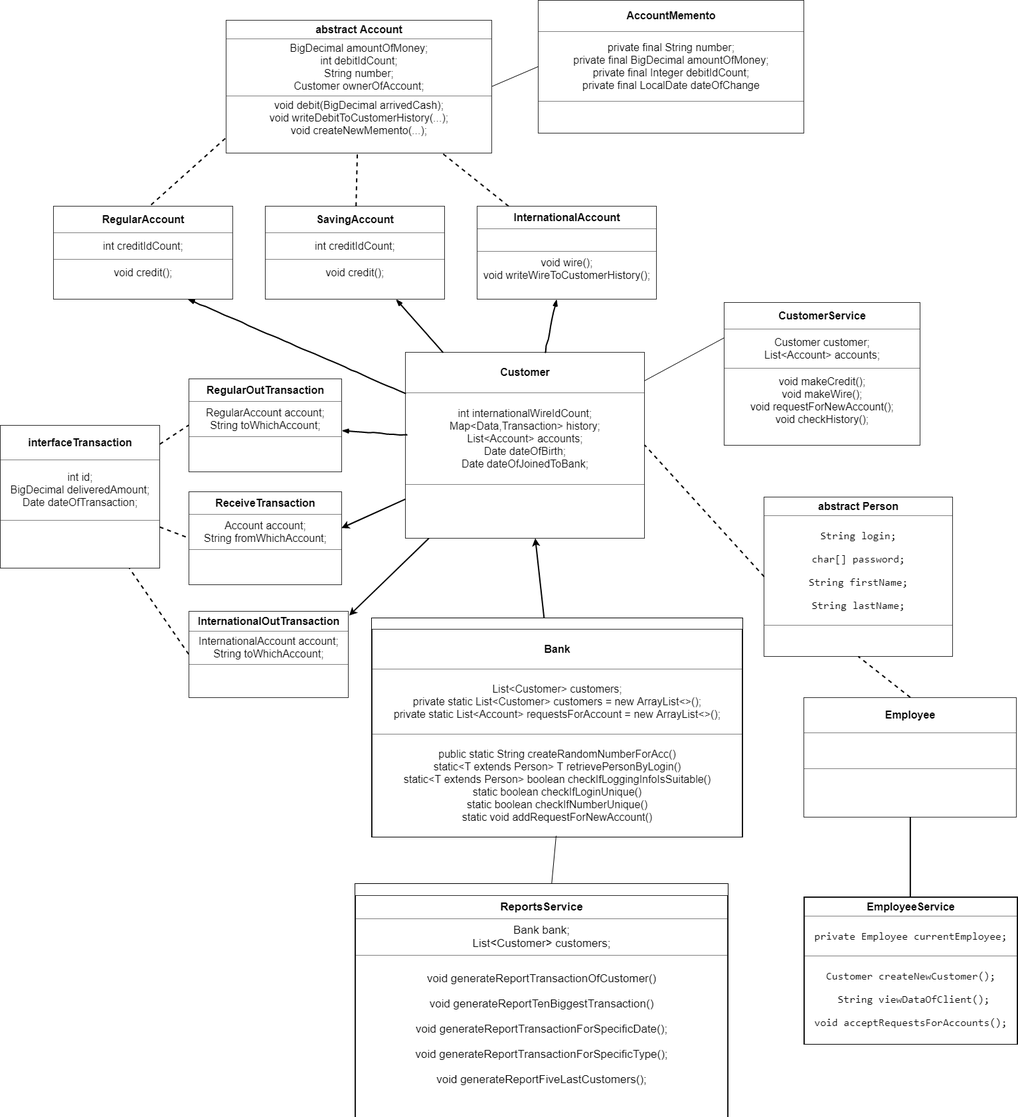
Before: BankOneDiagram.png, a diagram exported from draw.io (andreychorny/AdvancedJavaProject). Source tidied: cells renumbered, new cells last; positions are measured from the earlier drawing's top-left corner, leaving out a move shared by most shapes.
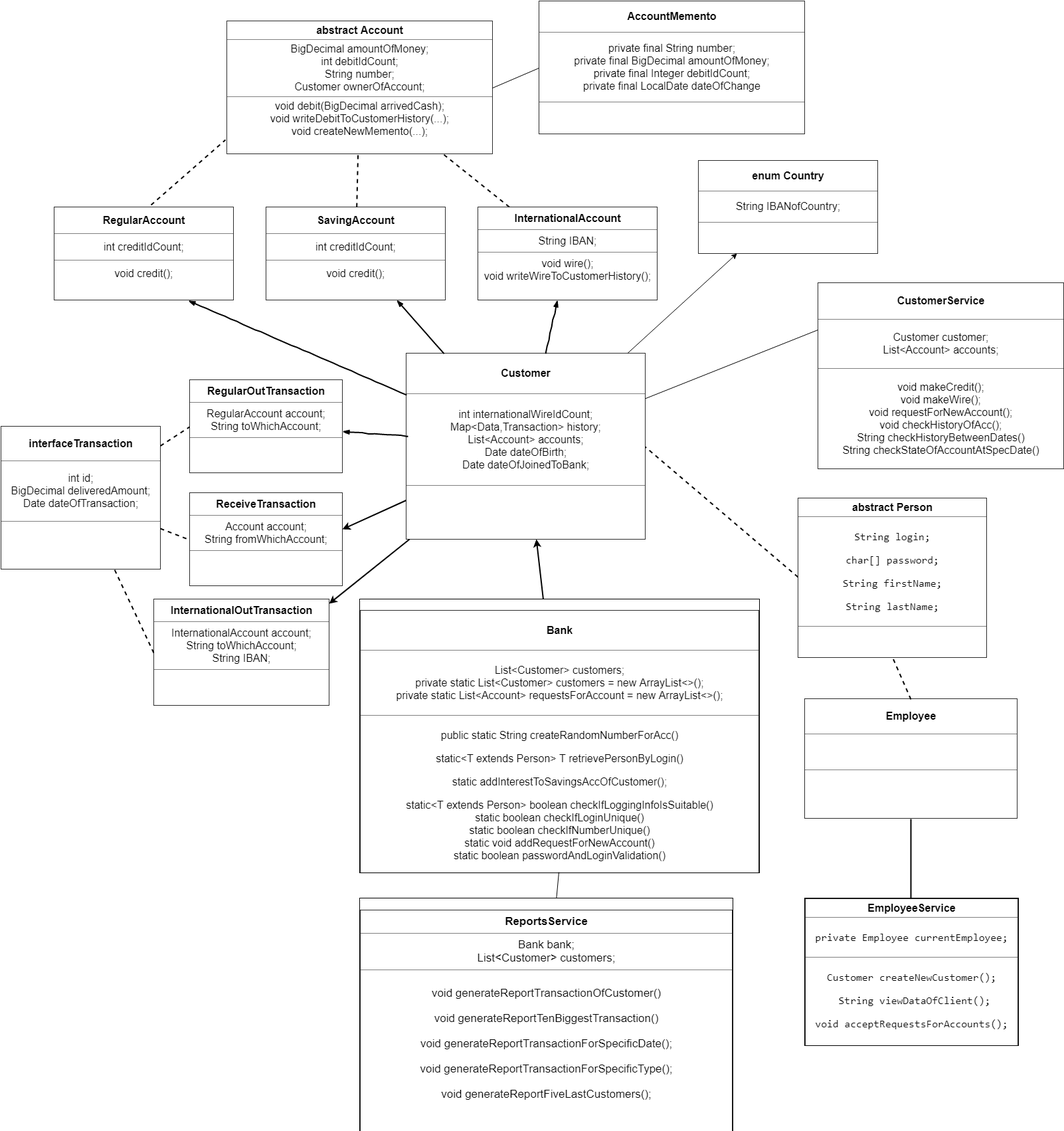
The same file after the commit.

What changed in the source:
```diff
@@ -11,7 +11,7 @@
     <mxCell id="4" value="&lt;table border=&quot;1&quot; width=&quot;100%&quot; cellpadding=&quot;4&quot; style=&quot;width: 100% ; height: 100% ; border-collapse: collapse ; font-size: 16px&quot;&gt;&lt;tbody style=&quot;font-size: 16px&quot;&gt;&lt;tr style=&quot;font-size: 16px&quot;&gt;&lt;th align=&quot;center&quot; style=&quot;font-size: 16px&quot;&gt;&lt;b style=&quot;font-size: 16px&quot;&gt;SavingAccount&lt;/b&gt;&lt;/th&gt;&lt;/tr&gt;&lt;tr style=&quot;font-size: 16px&quot;&gt;&lt;td align=&quot;center&quot; style=&quot;font-size: 16px&quot;&gt;int creditIdCount;&lt;/td&gt;&lt;/tr&gt;&lt;tr style=&quot;font-size: 16px&quot;&gt;&lt;td align=&quot;center&quot; style=&quot;font-size: 16px&quot;&gt;void credit();&lt;br style=&quot;font-size: 16px&quot;&gt;&lt;br style=&quot;font-size: 16px&quot;&gt;&lt;/td&gt;&lt;/tr&gt;&lt;/tbody&gt;&lt;/table&gt;" style="text;html=1;strokeColor=none;fillColor=none;overflow=fill;strokeWidth=2;fontSize=16;" parent="1" vertex="1">
       <mxGeometry x="399" y="310" width="270" height="140" as="geometry" />
     </mxCell>
-    <mxCell id="5" value="&lt;table border=&quot;1&quot; width=&quot;100%&quot; cellpadding=&quot;4&quot; style=&quot;width: 100% ; height: 100% ; border-collapse: collapse ; font-size: 16px&quot;&gt;&lt;tbody style=&quot;font-size: 16px&quot;&gt;&lt;tr style=&quot;font-size: 16px&quot;&gt;&lt;th align=&quot;center&quot; style=&quot;font-size: 16px&quot;&gt;InternationalAccount&lt;/th&gt;&lt;/tr&gt;&lt;tr style=&quot;font-size: 16px&quot;&gt;&lt;td align=&quot;center&quot; style=&quot;font-size: 16px&quot;&gt;&lt;br&gt;&lt;/td&gt;&lt;/tr&gt;&lt;tr style=&quot;font-size: 16px&quot;&gt;&lt;td align=&quot;center&quot; style=&quot;font-size: 16px&quot;&gt;void wire();&lt;br&gt;void writeWireToCustomerHistory();&lt;br style=&quot;font-size: 16px&quot;&gt;&lt;br style=&quot;font-size: 16px&quot;&gt;&lt;/td&gt;&lt;/tr&gt;&lt;/tbody&gt;&lt;/table&gt;" style="text;html=1;strokeColor=none;fillColor=none;overflow=fill;strokeWidth=2;fontSize=16;" parent="1" vertex="1">
+    <mxCell id="5" value="&lt;table border=&quot;1&quot; width=&quot;100%&quot; cellpadding=&quot;4&quot; style=&quot;width: 100% ; height: 100% ; border-collapse: collapse ; font-size: 16px&quot;&gt;&lt;tbody style=&quot;font-size: 16px&quot;&gt;&lt;tr style=&quot;font-size: 16px&quot;&gt;&lt;th align=&quot;center&quot; style=&quot;font-size: 16px&quot;&gt;InternationalAccount&lt;/th&gt;&lt;/tr&gt;&lt;tr style=&quot;font-size: 16px&quot;&gt;&lt;td align=&quot;center&quot; style=&quot;font-size: 16px&quot;&gt;String IBAN;&lt;/td&gt;&lt;/tr&gt;&lt;tr style=&quot;font-size: 16px&quot;&gt;&lt;td align=&quot;center&quot; style=&quot;font-size: 16px&quot;&gt;void wire();&lt;br&gt;void writeWireToCustomerHistory();&lt;br style=&quot;font-size: 16px&quot;&gt;&lt;br style=&quot;font-size: 16px&quot;&gt;&lt;/td&gt;&lt;/tr&gt;&lt;/tbody&gt;&lt;/table&gt;" style="text;html=1;strokeColor=none;fillColor=none;overflow=fill;strokeWidth=2;fontSize=16;" parent="1" vertex="1">
       <mxGeometry x="718" y="310" width="270" height="140" as="geometry" />
     </mxCell>
     <mxCell id="6" value="&lt;table border=&quot;1&quot; width=&quot;100%&quot; cellpadding=&quot;4&quot; style=&quot;width: 100% ; height: 100% ; border-collapse: collapse ; font-size: 16px&quot;&gt;&lt;tbody style=&quot;font-size: 16px&quot;&gt;&lt;tr style=&quot;font-size: 16px&quot;&gt;&lt;th align=&quot;center&quot;&gt;interfaceTransaction&lt;/th&gt;&lt;/tr&gt;&lt;tr style=&quot;font-size: 16px&quot;&gt;&lt;td align=&quot;center&quot; style=&quot;font-size: 16px&quot;&gt;int id;&lt;br&gt;BigDecimal deliveredAmount;&lt;br&gt;Date dateOfTransaction;&lt;br&gt;&lt;/td&gt;&lt;/tr&gt;&lt;tr style=&quot;font-size: 16px&quot;&gt;&lt;td align=&quot;center&quot; style=&quot;font-size: 16px&quot;&gt;&lt;br style=&quot;font-size: 16px&quot;&gt;&lt;br style=&quot;font-size: 16px&quot;&gt;&lt;/td&gt;&lt;/tr&gt;&lt;/tbody&gt;&lt;/table&gt;" style="text;html=1;strokeColor=none;fillColor=none;overflow=fill;strokeWidth=2;fontSize=16;" parent="1" vertex="1">
@@ -41,14 +41,14 @@
     <mxCell id="14" style="endArrow=none;dashed=1;html=1;fontSize=16;targetPerimeterSpacing=0;endSize=6;strokeWidth=2;" parent="1" edge="1" source="5" target="3">
       <mxGeometry relative="1" as="geometry" />
     </mxCell>
-    <mxCell id="15" value="&lt;p style=&quot;line-height: 110%&quot;&gt;&lt;/p&gt;&lt;table border=&quot;1&quot; width=&quot;100%&quot; cellpadding=&quot;4&quot; style=&quot;width: 100% ; height: 100% ; border-collapse: collapse ; font-size: 16px&quot;&gt;&lt;tbody style=&quot;font-size: 16px&quot;&gt;&lt;tr style=&quot;font-size: 16px&quot;&gt;&lt;th align=&quot;center&quot;&gt;&lt;p&gt;Bank&lt;/p&gt;&lt;/th&gt;&lt;/tr&gt;&lt;tr style=&quot;font-size: 16px&quot;&gt;&lt;td align=&quot;center&quot; style=&quot;font-size: 16px&quot;&gt;&lt;p&gt;List&amp;lt;Customer&amp;gt; customers;&lt;br&gt;&lt;span&gt;private static &lt;/span&gt;List&amp;lt;Customer&amp;gt; &lt;span&gt;customers &lt;/span&gt;= &lt;span&gt;new &lt;/span&gt;ArrayList&amp;lt;&amp;gt;()&lt;span&gt;;&lt;br&gt;&lt;/span&gt;&lt;span&gt;private static &lt;/span&gt;List&amp;lt;Account&amp;gt; &lt;span&gt;requestsForAccount &lt;/span&gt;= &lt;span&gt;new &lt;/span&gt;ArrayList&amp;lt;&amp;gt;()&lt;span&gt;;&lt;br&gt;&lt;/span&gt;&lt;/p&gt;&lt;/td&gt;&lt;/tr&gt;&lt;tr style=&quot;font-size: 16px&quot;&gt;&lt;td align=&quot;center&quot; style=&quot;font-size: 16px&quot;&gt;&lt;p&gt;&lt;span&gt;public static &lt;/span&gt;String &lt;span&gt;createRandomNumberForAcc()&lt;br&gt;&lt;/span&gt;&lt;span&gt;static&lt;/span&gt;&amp;lt;&lt;span&gt;T &lt;/span&gt;&lt;span&gt;extends &lt;/span&gt;Person&amp;gt; &lt;span&gt;T &lt;/span&gt;&lt;span&gt;retrievePersonByLogin()&lt;br&gt;&lt;/span&gt;&lt;span&gt;static&lt;/span&gt;&amp;lt;&lt;span&gt;T &lt;/span&gt;&lt;span&gt;extends &lt;/span&gt;Person&amp;gt; &lt;span&gt;boolean &lt;/span&gt;&lt;span&gt;checkIfLoggingInfoIsSuitable()&lt;br&gt;&lt;/span&gt;&lt;span&gt;static boolean &lt;/span&gt;&lt;span&gt;checkIfLoginUnique()&lt;br&gt;&lt;/span&gt;&lt;span&gt;static boolean &lt;/span&gt;&lt;span&gt;checkIfNumberUnique()&lt;br&gt;&lt;/span&gt;static void addRequestForNewAccount()&lt;/p&gt;&lt;pre&gt;&lt;pre&gt;&lt;pre&gt;&lt;pre&gt;&lt;pre&gt;&lt;pre&gt;&lt;span&gt;&lt;br&gt;&lt;/span&gt;&lt;/pre&gt;&lt;/pre&gt;&lt;/pre&gt;&lt;/pre&gt;&lt;pre&gt;&lt;span&gt;&lt;br&gt;&lt;/span&gt;&lt;/pre&gt;&lt;/pre&gt;&lt;/pre&gt;&lt;/td&gt;&lt;/tr&gt;&lt;/tbody&gt;&lt;/table&gt;&lt;p&gt;&lt;/p&gt;" style="text;html=1;strokeColor=none;fillColor=none;overflow=fill;strokeWidth=2;fontSize=16;labelBackgroundColor=#ffffff;labelBorderColor=#000000;" parent="1" vertex="1">
-      <mxGeometry x="558.5" y="930" width="557" height="328" as="geometry" />
+    <mxCell id="15" value="&lt;p style=&quot;line-height: 110%&quot;&gt;&lt;/p&gt;&lt;table border=&quot;1&quot; width=&quot;100%&quot; cellpadding=&quot;4&quot; style=&quot;width: 100% ; height: 100% ; border-collapse: collapse ; font-size: 16px&quot;&gt;&lt;tbody style=&quot;font-size: 16px&quot;&gt;&lt;tr style=&quot;font-size: 16px&quot;&gt;&lt;th align=&quot;center&quot;&gt;&lt;p&gt;Bank&lt;/p&gt;&lt;/th&gt;&lt;/tr&gt;&lt;tr style=&quot;font-size: 16px&quot;&gt;&lt;td align=&quot;center&quot; style=&quot;font-size: 16px&quot;&gt;&lt;p&gt;List&amp;lt;Customer&amp;gt; customers;&lt;br&gt;&lt;span&gt;private static &lt;/span&gt;List&amp;lt;Customer&amp;gt; &lt;span&gt;customers &lt;/span&gt;= &lt;span&gt;new &lt;/span&gt;ArrayList&amp;lt;&amp;gt;()&lt;span&gt;;&lt;br&gt;&lt;/span&gt;&lt;span&gt;private static &lt;/span&gt;List&amp;lt;Account&amp;gt; &lt;span&gt;requestsForAccount &lt;/span&gt;= &lt;span&gt;new &lt;/span&gt;ArrayList&amp;lt;&amp;gt;()&lt;span&gt;;&lt;br&gt;&lt;/span&gt;&lt;/p&gt;&lt;/td&gt;&lt;/tr&gt;&lt;tr style=&quot;font-size: 16px&quot;&gt;&lt;td align=&quot;center&quot; style=&quot;font-size: 16px&quot;&gt;&lt;p&gt;&lt;span&gt;public static &lt;/span&gt;String &lt;span&gt;createRandomNumberForAcc()&lt;br&gt;&lt;/span&gt;&lt;/p&gt;&lt;p&gt;&lt;span&gt;static&lt;/span&gt;&amp;lt;&lt;span&gt;T &lt;/span&gt;&lt;span&gt;extends &lt;/span&gt;Person&amp;gt; &lt;span&gt;T &lt;/span&gt;&lt;span&gt;retrievePersonByLogin()&lt;br&gt;&lt;/span&gt;&lt;/p&gt;&lt;p&gt;&lt;span&gt;static addInterestToSavingsAccOfCustomer();&lt;/span&gt;&lt;/p&gt;&lt;p&gt;&lt;span&gt;static&lt;/span&gt;&amp;lt;&lt;span&gt;T &lt;/span&gt;&lt;span&gt;extends &lt;/span&gt;Person&amp;gt; &lt;span&gt;boolean &lt;/span&gt;&lt;span&gt;checkIfLoggingInfoIsSuitable()&lt;br&gt;&lt;/span&gt;&lt;span&gt;static boolean &lt;/span&gt;&lt;span&gt;checkIfLoginUnique()&lt;br&gt;&lt;/span&gt;&lt;span&gt;static boolean &lt;/span&gt;&lt;span&gt;checkIfNumberUnique()&lt;br&gt;&lt;/span&gt;static void addRequestForNewAccount()&lt;br&gt;&lt;span&gt;static boolean passwordAndLoginValidation()&lt;/span&gt;&lt;/p&gt;&lt;p&gt;&lt;/p&gt;&lt;p&gt;&lt;/p&gt;&lt;p&gt;static boolean nameAndLastNameValidation()&lt;/p&gt;&lt;pre&gt;&lt;pre&gt;&lt;pre&gt;&lt;span&gt;&lt;br&gt;&lt;/span&gt;&lt;/pre&gt;&lt;/pre&gt;&lt;/pre&gt;&lt;/td&gt;&lt;/tr&gt;&lt;/tbody&gt;&lt;/table&gt;&lt;p&gt;&lt;/p&gt;" style="text;html=1;strokeColor=none;fillColor=none;overflow=fill;strokeWidth=2;fontSize=16;labelBackgroundColor=#ffffff;labelBorderColor=#000000;" parent="1" vertex="1">
+      <mxGeometry x="540" y="900" width="600" height="410" as="geometry" />
     </mxCell>
     <mxCell id="16" style="endArrow=classic;html=1;strokeWidth=2;fontSize=16;" parent="1" edge="1" source="15" target="7">
       <mxGeometry relative="1" as="geometry" />
     </mxCell>
-    <mxCell id="17" value="&lt;table border=&quot;1&quot; width=&quot;100%&quot; cellpadding=&quot;4&quot; style=&quot;width: 100% ; height: 100% ; border-collapse: collapse ; font-size: 16px&quot;&gt;&lt;tbody style=&quot;font-size: 16px&quot;&gt;&lt;tr style=&quot;font-size: 16px&quot;&gt;&lt;th align=&quot;center&quot;&gt;InternationalOutTransaction&lt;/th&gt;&lt;/tr&gt;&lt;tr style=&quot;font-size: 16px&quot;&gt;&lt;td align=&quot;center&quot; style=&quot;font-size: 16px&quot;&gt;InternationalAccount account;&lt;br&gt;String toWhichAccount;&lt;/td&gt;&lt;/tr&gt;&lt;tr style=&quot;font-size: 16px&quot;&gt;&lt;td align=&quot;center&quot; style=&quot;font-size: 16px&quot;&gt;&lt;br style=&quot;font-size: 16px&quot;&gt;&lt;br style=&quot;font-size: 16px&quot;&gt;&lt;/td&gt;&lt;/tr&gt;&lt;/tbody&gt;&lt;/table&gt;" style="text;html=1;strokeColor=none;fillColor=none;overflow=fill;strokeWidth=2;fontSize=16;" parent="1" vertex="1">
-      <mxGeometry x="284" y="920" width="240" height="130" as="geometry" />
+    <mxCell id="17" value="&lt;table border=&quot;1&quot; width=&quot;100%&quot; cellpadding=&quot;4&quot; style=&quot;width: 100% ; height: 100% ; border-collapse: collapse ; font-size: 16px&quot;&gt;&lt;tbody style=&quot;font-size: 16px&quot;&gt;&lt;tr style=&quot;font-size: 16px&quot;&gt;&lt;th align=&quot;center&quot;&gt;InternationalOutTransaction&lt;/th&gt;&lt;/tr&gt;&lt;tr style=&quot;font-size: 16px&quot;&gt;&lt;td align=&quot;center&quot; style=&quot;font-size: 16px&quot;&gt;InternationalAccount account;&lt;br&gt;String toWhichAccount;&lt;br&gt;String IBAN;&lt;/td&gt;&lt;/tr&gt;&lt;tr style=&quot;font-size: 16px&quot;&gt;&lt;td align=&quot;center&quot; style=&quot;font-size: 16px&quot;&gt;&lt;br style=&quot;font-size: 16px&quot;&gt;&lt;br style=&quot;font-size: 16px&quot;&gt;&lt;/td&gt;&lt;/tr&gt;&lt;/tbody&gt;&lt;/table&gt;" style="text;html=1;strokeColor=none;fillColor=none;overflow=fill;strokeWidth=2;fontSize=16;" parent="1" vertex="1">
+      <mxGeometry x="230" y="900" width="264" height="160" as="geometry" />
     </mxCell>
     <mxCell id="18" style="endArrow=none;dashed=1;html=1;strokeWidth=2;fontSize=16;exitX=0;exitY=0.5;exitDx=0;exitDy=0;" parent="1" edge="1" source="17" target="6">
       <mxGeometry relative="1" as="geometry" />
@@ -78,19 +78,19 @@
       <mxGeometry relative="1" as="geometry" />
     </mxCell>
     <mxCell id="27" value="&lt;table border=&quot;1&quot; width=&quot;100%&quot; cellpadding=&quot;4&quot; style=&quot;width: 100% ; height: 100% ; border-collapse: collapse ; font-size: 16px&quot;&gt;&lt;tbody style=&quot;font-size: 16px&quot;&gt;&lt;tr style=&quot;font-size: 16px&quot;&gt;&lt;th align=&quot;center&quot;&gt;abstract Person&lt;/th&gt;&lt;/tr&gt;&lt;tr style=&quot;font-size: 16px&quot;&gt;&lt;td align=&quot;center&quot; style=&quot;font-size: 16px&quot;&gt;&lt;pre&gt;String login;&lt;/pre&gt;&lt;pre&gt;char[] password;&lt;/pre&gt;&lt;pre&gt;String firstName;&lt;/pre&gt;&lt;pre&gt;String lastName;&lt;/pre&gt;&lt;/td&gt;&lt;/tr&gt;&lt;tr style=&quot;font-size: 16px&quot;&gt;&lt;td align=&quot;center&quot; style=&quot;font-size: 16px&quot;&gt;&lt;br style=&quot;font-size: 16px&quot;&gt;&lt;br style=&quot;font-size: 16px&quot;&gt;&lt;/td&gt;&lt;/tr&gt;&lt;/tbody&gt;&lt;/table&gt;" style="text;html=1;strokeColor=none;fillColor=none;overflow=fill;strokeWidth=2;fontSize=16;spacing=2;" parent="1" vertex="1">
-      <mxGeometry x="1150" y="747.5" width="284" height="240" as="geometry" />
+      <mxGeometry x="1200" y="747.5" width="284" height="240" as="geometry" />
     </mxCell>
     <mxCell id="28" style="endArrow=none;dashed=1;html=1;entryX=1;entryY=0.5;entryDx=0;entryDy=0;exitX=0;exitY=0.5;exitDx=0;exitDy=0;fontSize=7;strokeWidth=2;" parent="1" edge="1" source="27" target="7">
       <mxGeometry relative="1" as="geometry" />
     </mxCell>
-    <mxCell id="29" value="&lt;table border=&quot;1&quot; width=&quot;100%&quot; cellpadding=&quot;4&quot; style=&quot;width: 100% ; height: 100% ; border-collapse: collapse ; font-size: 16px&quot;&gt;&lt;tbody style=&quot;font-size: 16px&quot;&gt;&lt;tr style=&quot;font-size: 16px&quot;&gt;&lt;th align=&quot;center&quot;&gt;CustomerService&lt;/th&gt;&lt;/tr&gt;&lt;tr style=&quot;font-size: 16px&quot;&gt;&lt;td align=&quot;center&quot; style=&quot;font-size: 16px&quot;&gt;Customer customer;&lt;br&gt;List&amp;lt;Account&amp;gt; accounts;&lt;/td&gt;&lt;/tr&gt;&lt;tr style=&quot;font-size: 16px&quot;&gt;&lt;td align=&quot;center&quot; style=&quot;font-size: 16px&quot;&gt;void makeCredit();&lt;br&gt;void makeWire();&lt;br&gt;void requestForNewAccount();&lt;br&gt;void checkHistory();&lt;br&gt;&lt;br&gt;&lt;/td&gt;&lt;/tr&gt;&lt;/tbody&gt;&lt;/table&gt;" style="text;html=1;strokeColor=none;fillColor=none;overflow=fill;strokeWidth=2;fontSize=16;" parent="1" vertex="1">
-      <mxGeometry x="1089.5" y="455" width="295" height="215" as="geometry" />
+    <mxCell id="29" value="&lt;table border=&quot;1&quot; width=&quot;100%&quot; cellpadding=&quot;4&quot; style=&quot;width: 100% ; height: 100% ; border-collapse: collapse ; font-size: 16px&quot;&gt;&lt;tbody style=&quot;font-size: 16px&quot;&gt;&lt;tr style=&quot;font-size: 16px&quot;&gt;&lt;th align=&quot;center&quot;&gt;CustomerService&lt;/th&gt;&lt;/tr&gt;&lt;tr style=&quot;font-size: 16px&quot;&gt;&lt;td align=&quot;center&quot; style=&quot;font-size: 16px&quot;&gt;Customer customer;&lt;br&gt;List&amp;lt;Account&amp;gt; accounts;&lt;/td&gt;&lt;/tr&gt;&lt;tr style=&quot;font-size: 16px&quot;&gt;&lt;td align=&quot;center&quot; style=&quot;font-size: 16px&quot;&gt;void makeCredit();&lt;br&gt;void makeWire();&lt;br&gt;void requestForNewAccount();&lt;br&gt;void checkHistoryOfAcc();&lt;br&gt;String checkHistoryBetweenDates()&lt;br&gt;String checkStateOfAccountAtSpecDate()&lt;/td&gt;&lt;/tr&gt;&lt;/tbody&gt;&lt;/table&gt;" style="text;html=1;strokeColor=none;fillColor=none;overflow=fill;strokeWidth=2;fontSize=16;" parent="1" vertex="1">
+      <mxGeometry x="1230" y="424" width="370" height="280" as="geometry" />
     </mxCell>
     <mxCell id="30" style="endArrow=none;html=1;entryX=0;entryY=0.25;entryDx=0;entryDy=0;" parent="1" edge="1" source="7" target="29">
       <mxGeometry relative="1" as="geometry" />
     </mxCell>
     <mxCell id="31" value="&lt;p&gt;&lt;table border=&quot;1&quot; width=&quot;100%&quot; cellpadding=&quot;4&quot; style=&quot;width: 100% ; height: 100% ; border-collapse: collapse ; font-size: 17px&quot;&gt;&lt;tbody style=&quot;font-size: 17px&quot;&gt;&lt;tr style=&quot;font-size: 17px&quot;&gt;&lt;th align=&quot;center&quot; style=&quot;font-size: 17px&quot;&gt;ReportsService&lt;/th&gt;&lt;/tr&gt;&lt;tr style=&quot;font-size: 17px&quot;&gt;&lt;td align=&quot;center&quot; style=&quot;font-size: 17px&quot;&gt;Bank bank;&lt;br style=&quot;font-size: 17px&quot;&gt;List&amp;lt;Customer&amp;gt; customers;&lt;/td&gt;&lt;/tr&gt;&lt;tr style=&quot;font-size: 17px&quot;&gt;&lt;td align=&quot;center&quot; style=&quot;font-size: 17px&quot;&gt;&lt;pre style=&quot;font-size: 17px&quot;&gt;&lt;font face=&quot;Helvetica&quot;&gt;&lt;span style=&quot;font-size: 17px&quot;&gt;void &lt;/span&gt;&lt;span style=&quot;font-size: 17px&quot;&gt;generateReportTransactionOfCustomer()&lt;/span&gt;&lt;/font&gt;&lt;/pre&gt;&lt;pre style=&quot;font-size: 17px&quot;&gt;&lt;pre&gt;&lt;span&gt;&lt;font face=&quot;Helvetica&quot;&gt;void generateReportTenBiggestTransaction()&lt;/font&gt;&lt;/span&gt;&lt;/pre&gt;&lt;pre&gt;&lt;pre&gt;&lt;span&gt;&lt;font face=&quot;Helvetica&quot;&gt;void generateReportTransactionForSpecificDate();&lt;/font&gt;&lt;/span&gt;&lt;/pre&gt;&lt;pre&gt;&lt;pre&gt;&lt;span&gt;&lt;font face=&quot;Helvetica&quot;&gt;void generateReportTransactionForSpecificType();&lt;/font&gt;&lt;/span&gt;&lt;/pre&gt;&lt;pre&gt;&lt;pre&gt;&lt;font face=&quot;Helvetica&quot;&gt;&lt;span&gt;void generateReportFiveLastCustomers&lt;/span&gt;();&lt;/font&gt;&lt;/pre&gt;&lt;/pre&gt;&lt;/pre&gt;&lt;/pre&gt;&lt;/pre&gt;&lt;pre style=&quot;font-size: 17px&quot;&gt;&lt;span style=&quot;font-size: 17px&quot;&gt;&lt;font face=&quot;Helvetica&quot;&gt;&lt;br style=&quot;font-size: 17px&quot;&gt;&lt;/font&gt;&lt;/span&gt;&lt;/pre&gt;&lt;/td&gt;&lt;/tr&gt;&lt;/tbody&gt;&lt;/table&gt;&lt;/p&gt;" style="text;html=1;strokeColor=none;fillColor=none;overflow=fill;strokeWidth=2;fontSize=17;labelBorderColor=#000000;" parent="1" vertex="1">
-      <mxGeometry x="534" y="1330" width="560" height="350" as="geometry" />
+      <mxGeometry x="540" y="1350" width="560" height="350" as="geometry" />
     </mxCell>
     <mxCell id="32" style="endArrow=none;html=1;fontSize=17;entryX=0.5;entryY=1;entryDx=0;entryDy=0;" parent="1" edge="1" source="31" target="15">
       <mxGeometry relative="1" as="geometry" />
@@ -107,5 +107,11 @@
     <mxCell id="36" style="endArrow=none;html=1;strokeWidth=2;fontSize=7;entryX=0.5;entryY=1;entryDx=0;entryDy=0;exitX=0.5;exitY=0;exitDx=0;exitDy=0;" parent="1" edge="1" source="35" target="33">
       <mxGeometry relative="1" as="geometry" />
     </mxCell>
+    <mxCell id="37" value="&lt;table border=&quot;1&quot; width=&quot;100%&quot; cellpadding=&quot;4&quot; style=&quot;width: 100% ; height: 100% ; border-collapse: collapse ; font-size: 16px&quot;&gt;&lt;tbody style=&quot;font-size: 16px&quot;&gt;&lt;tr style=&quot;font-size: 16px&quot;&gt;&lt;th align=&quot;center&quot; style=&quot;font-size: 16px&quot;&gt;enum Country&lt;/th&gt;&lt;/tr&gt;&lt;tr style=&quot;font-size: 16px&quot;&gt;&lt;td align=&quot;center&quot; style=&quot;font-size: 16px&quot;&gt;String IBANofCountry;&lt;/td&gt;&lt;/tr&gt;&lt;tr style=&quot;font-size: 16px&quot;&gt;&lt;td align=&quot;center&quot; style=&quot;font-size: 16px&quot;&gt;&lt;br&gt;&lt;/td&gt;&lt;/tr&gt;&lt;/tbody&gt;&lt;/table&gt;" style="text;html=1;strokeColor=none;fillColor=none;overflow=fill;strokeWidth=2;fontSize=16;" parent="1" vertex="1">
+      <mxGeometry x="1050" y="240" width="270" height="140" as="geometry" />
+    </mxCell>
+    <mxCell id="38" style="endArrow=classic;html=1;entryX=0.142;entryY=1.064;entryDx=0;entryDy=0;entryPerimeter=0;" parent="1" edge="1" source="7" target="37">
+      <mxGeometry relative="1" as="geometry" />
+    </mxCell>
   </root>
 </mxGraphModel>
```
